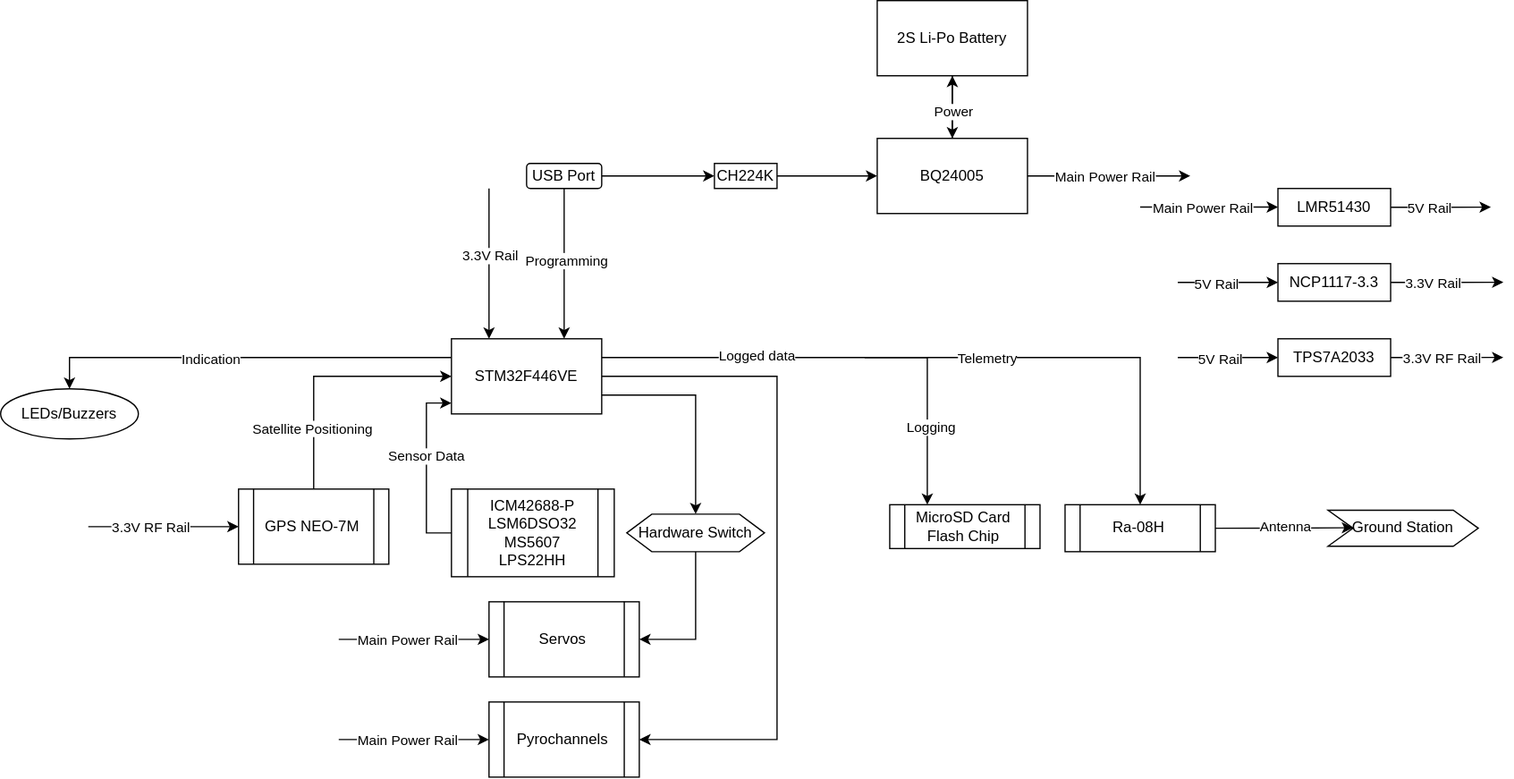
Earlier version of the draw.io export images/Polaris.svg (Venat1103/Polaris). Source tidied: cells renumbered, new cells last; positions are measured from the earlier drawing's top-left corner, leaving out a move shared by most shapes.
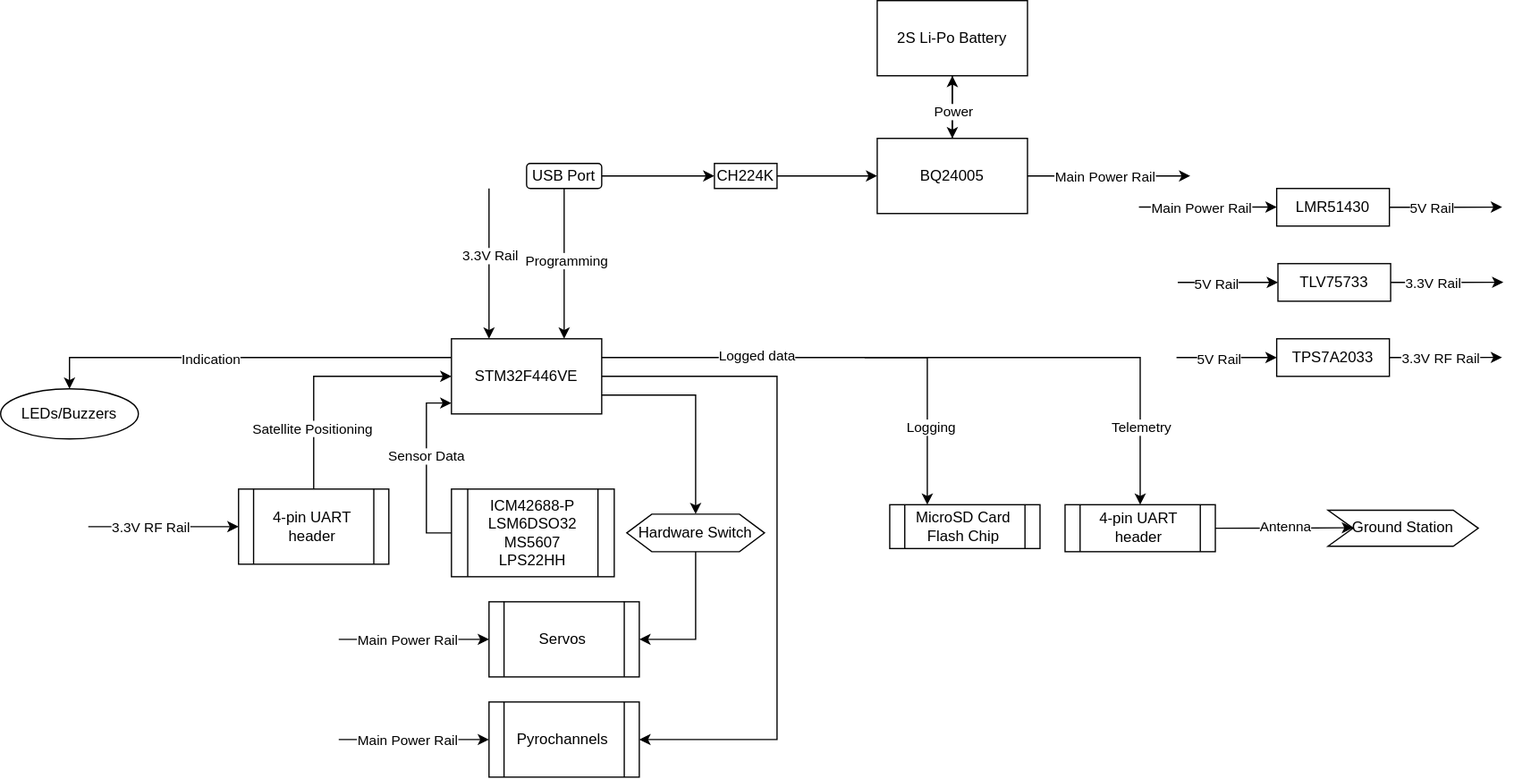
After the commit.

Commit message:
Updated system architecure diagram and README

Change to the diagram source:
```diff
@@ -49,7 +49,9 @@
       </mxGeometry>
     </mxCell>
     <mxCell id="15" value="Telemetry" style="edgeLabel;html=1;align=center;verticalAlign=middle;" parent="14" vertex="1">
-      <mxGeometry x="-0.43" relative="1" as="geometry" />
+      <mxGeometry x="-0.43" relative="1" as="geometry">
+        <mxPoint x="123" y="55" as="offset" />
+      </mxGeometry>
     </mxCell>
     <mxCell id="16" style="edgeStyle=orthogonalEdgeStyle;rounded=0;jettySize=auto;html=1;exitX=0.5;exitY=0;exitDx=0;exitDy=0;entryX=0.5;entryY=1;entryDx=0;entryDy=0;" parent="1" edge="1" source="19" target="34">
       <mxGeometry relative="1" as="geometry" />
@@ -76,7 +78,7 @@
     <mxCell id="22" value="Satellite Positioning" style="edgeLabel;html=1;align=center;verticalAlign=middle;" parent="21" vertex="1">
       <mxGeometry x="-0.52" y="2" relative="1" as="geometry" />
     </mxCell>
-    <mxCell id="23" value="GPS NEO-7M" style="shape=process;whiteSpace=wrap;html=1;backgroundOutline=1;" parent="1" vertex="1">
+    <mxCell id="23" value="4-pin UART header" style="shape=process;whiteSpace=wrap;html=1;backgroundOutline=1;" parent="1" vertex="1">
       <mxGeometry x="190" y="390" width="120" height="60" as="geometry" />
     </mxCell>
     <mxCell id="24" value="MicroSD Card&lt;div&gt;Flash Chip&lt;/div&gt;" style="shape=process;whiteSpace=wrap;html=1;backgroundOutline=1;" parent="1" vertex="1">
@@ -90,7 +92,7 @@
     <mxCell id="26" value="Antenna" style="edgeLabel;html=1;align=center;verticalAlign=middle;" parent="25" vertex="1">
       <mxGeometry y="2" relative="1" as="geometry" />
     </mxCell>
-    <mxCell id="27" value="Ra-08H" style="shape=process;whiteSpace=wrap;html=1;backgroundOutline=1;" parent="1" vertex="1">
+    <mxCell id="27" value="4-pin UART header" style="shape=process;whiteSpace=wrap;html=1;backgroundOutline=1;" parent="1" vertex="1">
       <mxGeometry x="850" y="402.5" width="120" height="37.5" as="geometry" />
     </mxCell>
     <mxCell id="28" value="LEDs/Buzzers" style="ellipse;whiteSpace=wrap;html=1;" parent="1" vertex="1">
@@ -130,7 +132,7 @@
     </mxCell>
     <mxCell id="39" style="edgeStyle=orthogonalEdgeStyle;rounded=0;jettySize=auto;html=1;exitX=1;exitY=0.5;exitDx=0;exitDy=0;" parent="1" edge="1" source="41">
       <mxGeometry relative="1" as="geometry">
-        <mxPoint x="1190" y="164.9" as="targetPoint" />
+        <mxPoint x="1199" y="164.9" as="targetPoint" />
       </mxGeometry>
     </mxCell>
     <mxCell id="40" value="5V Rail" style="edgeLabel;html=1;align=center;verticalAlign=middle;" parent="39" vertex="1">
@@ -139,7 +141,7 @@
       </mxGeometry>
     </mxCell>
     <mxCell id="41" value="LMR51430" style="rounded=0;whiteSpace=wrap;html=1;" parent="1" vertex="1">
-      <mxGeometry x="1020" y="150" width="90" height="30" as="geometry" />
+      <mxGeometry x="1019" y="150" width="90" height="30" as="geometry" />
     </mxCell>
     <mxCell id="42" style="edgeStyle=orthogonalEdgeStyle;rounded=0;jettySize=auto;html=1;exitX=1;exitY=0.5;exitDx=0;exitDy=0;" parent="1" edge="1" source="44">
       <mxGeometry relative="1" as="geometry">
@@ -149,12 +151,12 @@
     <mxCell id="43" value="3.3V Rail" style="edgeLabel;html=1;align=center;verticalAlign=middle;" parent="42" vertex="1">
       <mxGeometry x="-0.26" relative="1" as="geometry" />
     </mxCell>
-    <mxCell id="44" value="NCP1117-3.3" style="rounded=0;whiteSpace=wrap;html=1;" parent="1" vertex="1">
+    <mxCell id="44" value="TLV75733" style="rounded=0;whiteSpace=wrap;html=1;" parent="1" vertex="1">
       <mxGeometry x="1020" y="210" width="90" height="30" as="geometry" />
     </mxCell>
     <mxCell id="45" style="edgeStyle=orthogonalEdgeStyle;rounded=0;jettySize=auto;html=1;exitX=1;exitY=0.5;exitDx=0;exitDy=0;" parent="1" edge="1" source="47">
       <mxGeometry relative="1" as="geometry">
-        <mxPoint x="1200" y="284.9" as="targetPoint" />
+        <mxPoint x="1199" y="284.9" as="targetPoint" />
       </mxGeometry>
     </mxCell>
     <mxCell id="46" value="3.3V RF Rail" style="edgeLabel;html=1;align=center;verticalAlign=middle;" parent="45" vertex="1">
@@ -163,12 +165,12 @@
       </mxGeometry>
     </mxCell>
     <mxCell id="47" value="TPS7A2033" style="rounded=0;whiteSpace=wrap;html=1;" parent="1" vertex="1">
-      <mxGeometry x="1020" y="270" width="90" height="30" as="geometry" />
+      <mxGeometry x="1019" y="270" width="90" height="30" as="geometry" />
     </mxCell>
     <mxCell id="48" style="endArrow=classic;html=1;rounded=0;entryX=0;entryY=0.5;entryDx=0;entryDy=0;" parent="1" edge="1">
       <mxGeometry relative="1" as="geometry">
-        <mxPoint x="910" y="164.8" as="sourcePoint" />
-        <mxPoint x="1020" y="164.8" as="targetPoint" />
+        <mxPoint x="909" y="164.8" as="sourcePoint" />
+        <mxPoint x="1019" y="164.8" as="targetPoint" />
       </mxGeometry>
     </mxCell>
     <mxCell id="49" value="Main Power Rail" style="edgeLabel;html=1;align=center;verticalAlign=middle;" parent="48" vertex="1">
@@ -186,7 +188,7 @@
     </mxCell>
     <mxCell id="52" style="endArrow=classic;html=1;rounded=0;entryX=0;entryY=0.5;entryDx=0;entryDy=0;" parent="1" edge="1" target="47">
       <mxGeometry relative="1" as="geometry">
-        <mxPoint x="940" y="285" as="sourcePoint" />
+        <mxPoint x="939" y="285" as="sourcePoint" />
       </mxGeometry>
     </mxCell>
     <mxCell id="53" value="5V Rail" style="edgeLabel;html=1;align=center;verticalAlign=middle;" parent="52" vertex="1">
```
